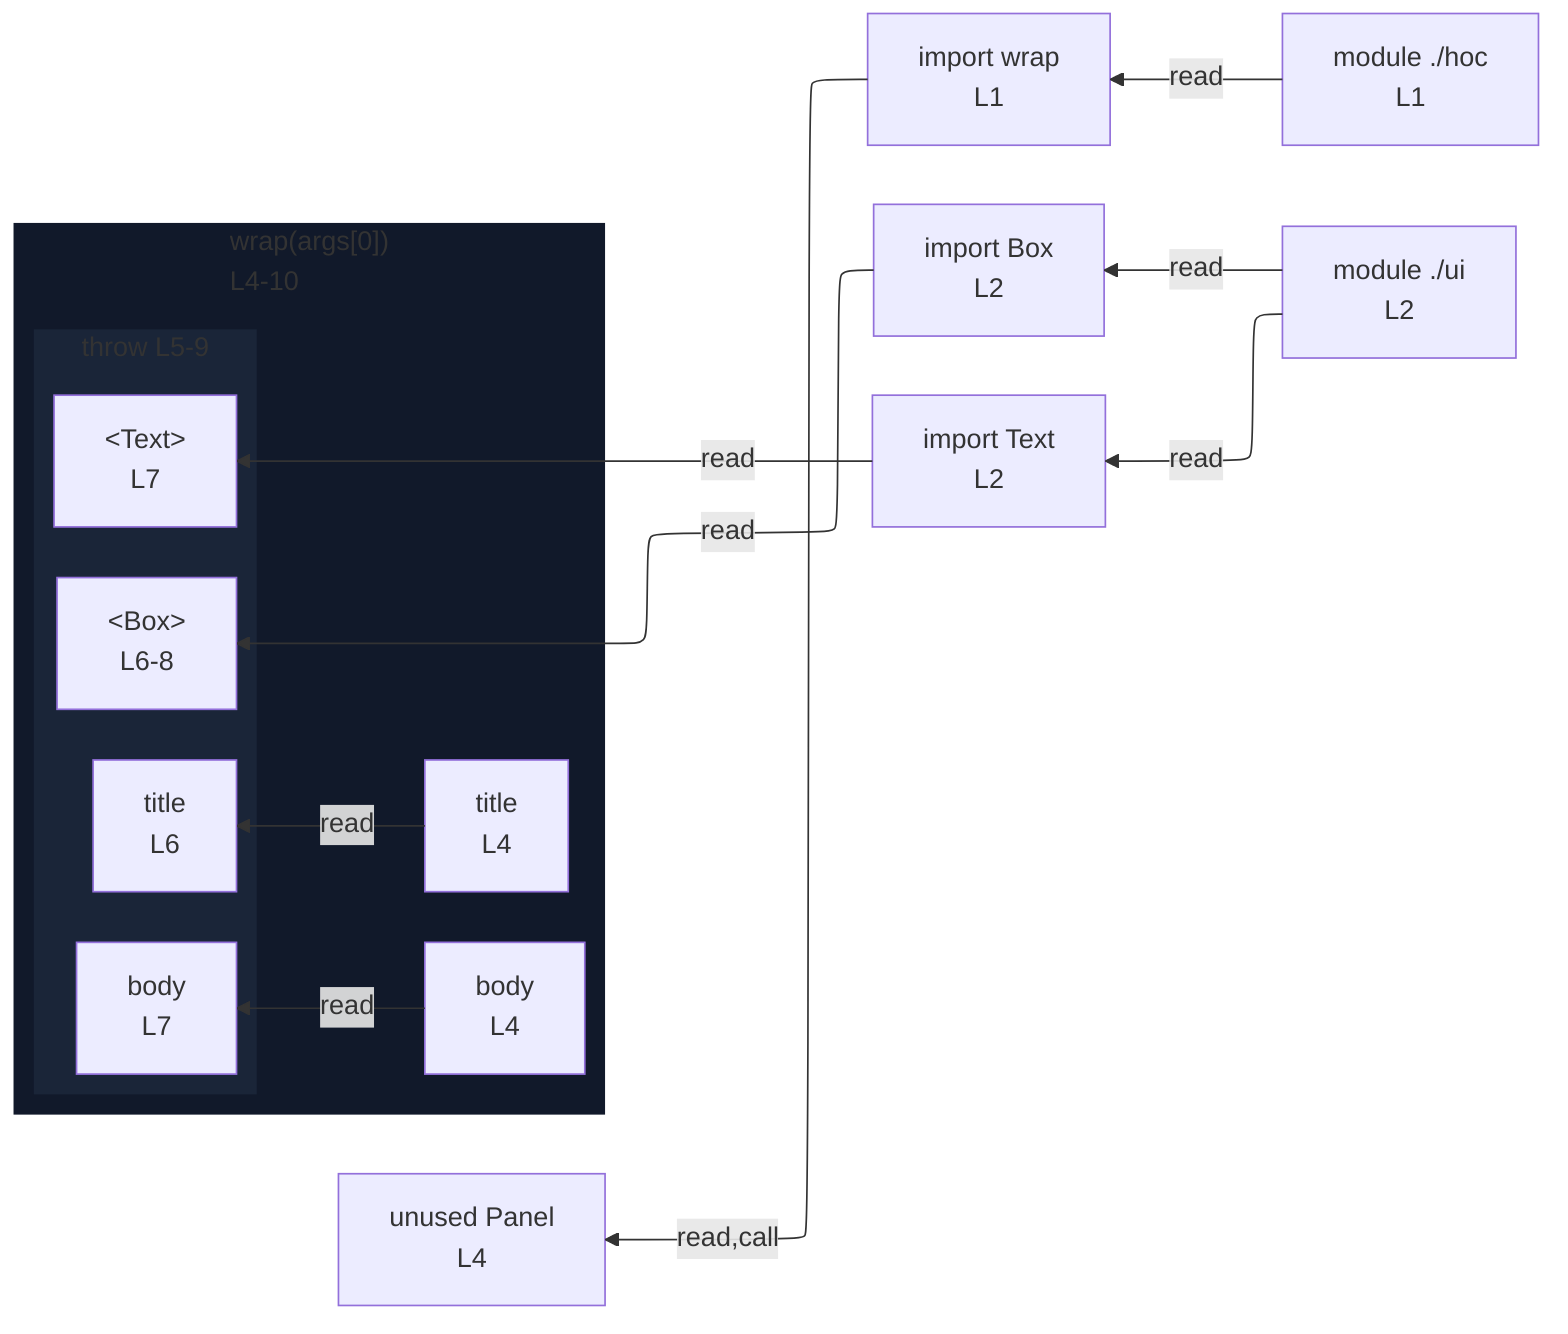
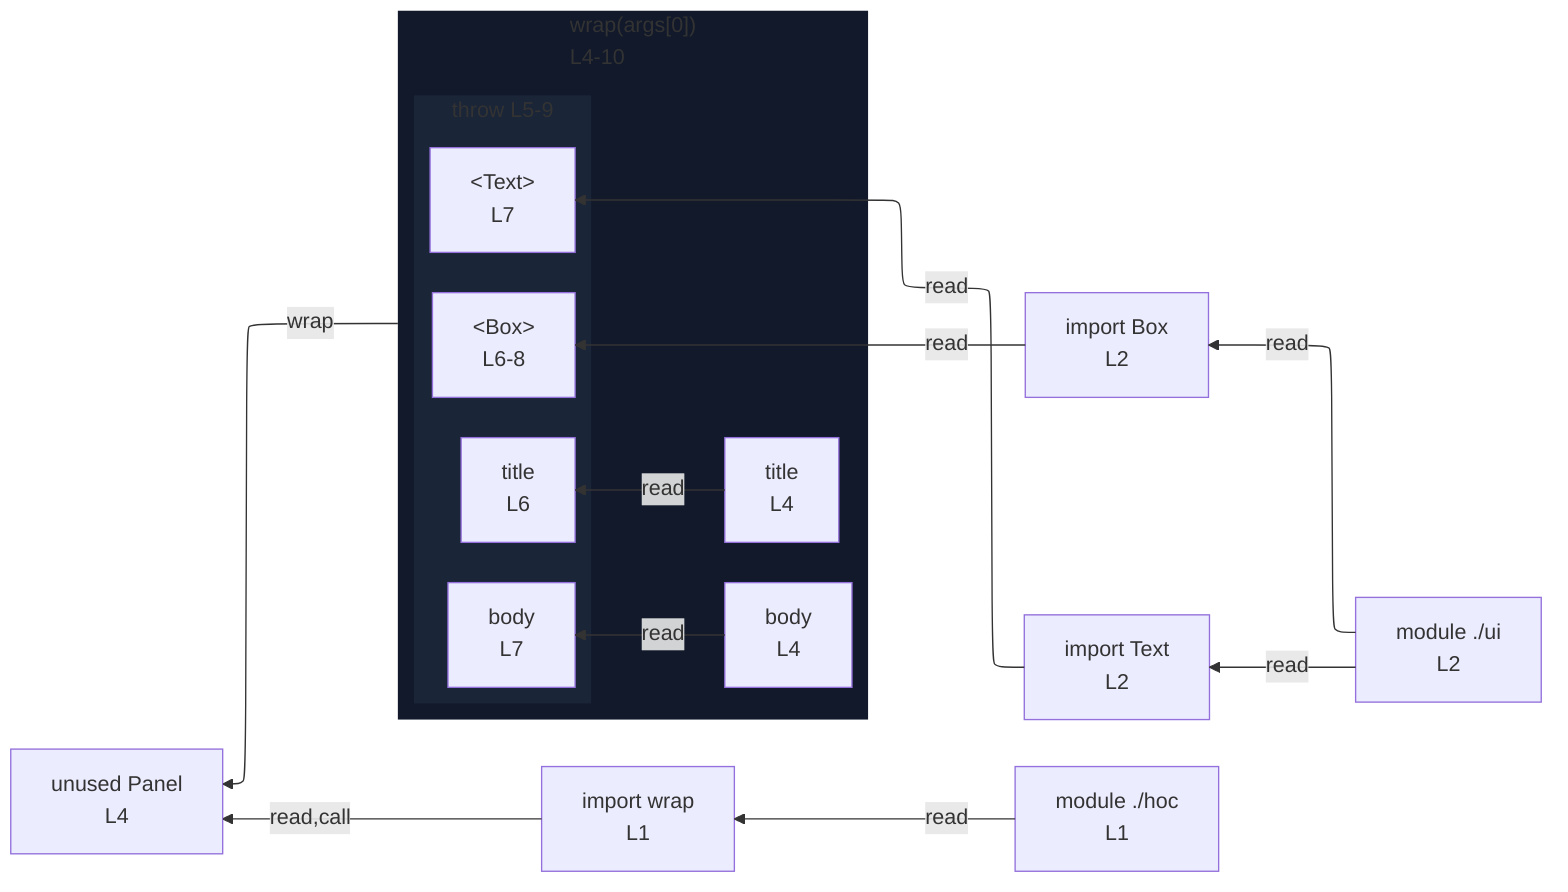
%%{init: {"flowchart": {"defaultRenderer": "elk"}}}%%
flowchart RL
  n_scope_0_wrap_9["import wrap<br/>L1"]
  n_scope_0_Box_39["import Box<br/>L2"]
  n_scope_0_Text_44["import Text<br/>L2"]
  n_scope_0_Panel_78["unused Panel<br/>L4"]
  subgraph s_scope_1["wrap(args[0])<br/>L4-10"]
    direction RL
    n_scope_1_title_92["title<br/>L4"]
    n_scope_1_body_107["body<br/>L4"]
    subgraph s_throw_scope_1_128_201["throw L5-9"]
      direction RL
      throw_use_ref_2["&lt;Box&gt;<br/>L6-8"]
      throw_use_ref_3["title<br/>L6"]
      throw_use_ref_4["&lt;Text&gt;<br/>L7"]
      throw_use_ref_5["body<br/>L7"]
    end
  end
  n_scope_0_wrap_9 -->|read,call| n_scope_0_Panel_78
  n_scope_0_Box_39 -->|read| throw_use_ref_2
  n_scope_1_title_92 -->|read| throw_use_ref_3
  n_scope_0_Text_44 -->|read| throw_use_ref_4
  n_scope_1_body_107 -->|read| throw_use_ref_5
+   s_scope_1 -->|wrap| n_scope_0_Panel_78
  mod___hoc["module ./hoc<br/>L1"]
  mod___ui["module ./ui<br/>L2"]
  mod___hoc -->|read| n_scope_0_wrap_9
  mod___ui -->|read| n_scope_0_Box_39
  mod___ui -->|read| n_scope_0_Text_44
  classDef nestL1 fill:#11192a,stroke:transparent;
  class s_scope_1 nestL1;
  classDef nestL2 fill:#1a2538,stroke:transparent;
  class s_throw_scope_1_128_201 nestL2;
